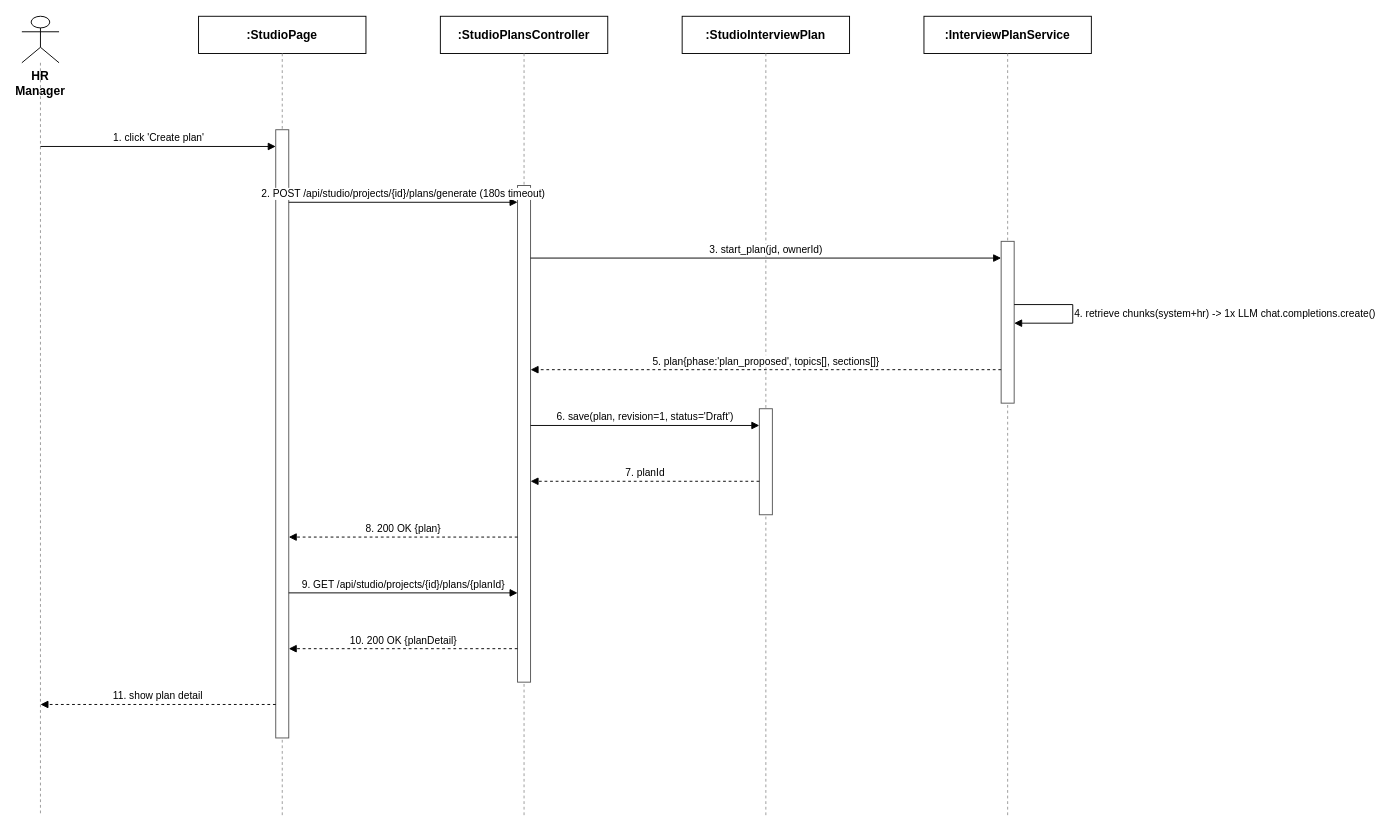
tulklk/AI_Interview_Question_Generation_RAG_LLM_FE keeps this draw.io diagram as docs/qa/Nam_SequenceDiagram/11_AIQuestionGenerationManagement_GeneratePlan.drawio. Above is the earlier version. Source tidied: cells renumbered, new cells numbered last; positions are measured from the earlier drawing's top-left corner, leaving out a move shared by most shapes. Both pictures are drawn from the tidied source at 93%, with x=0, y=0 at pixel (21, 16).
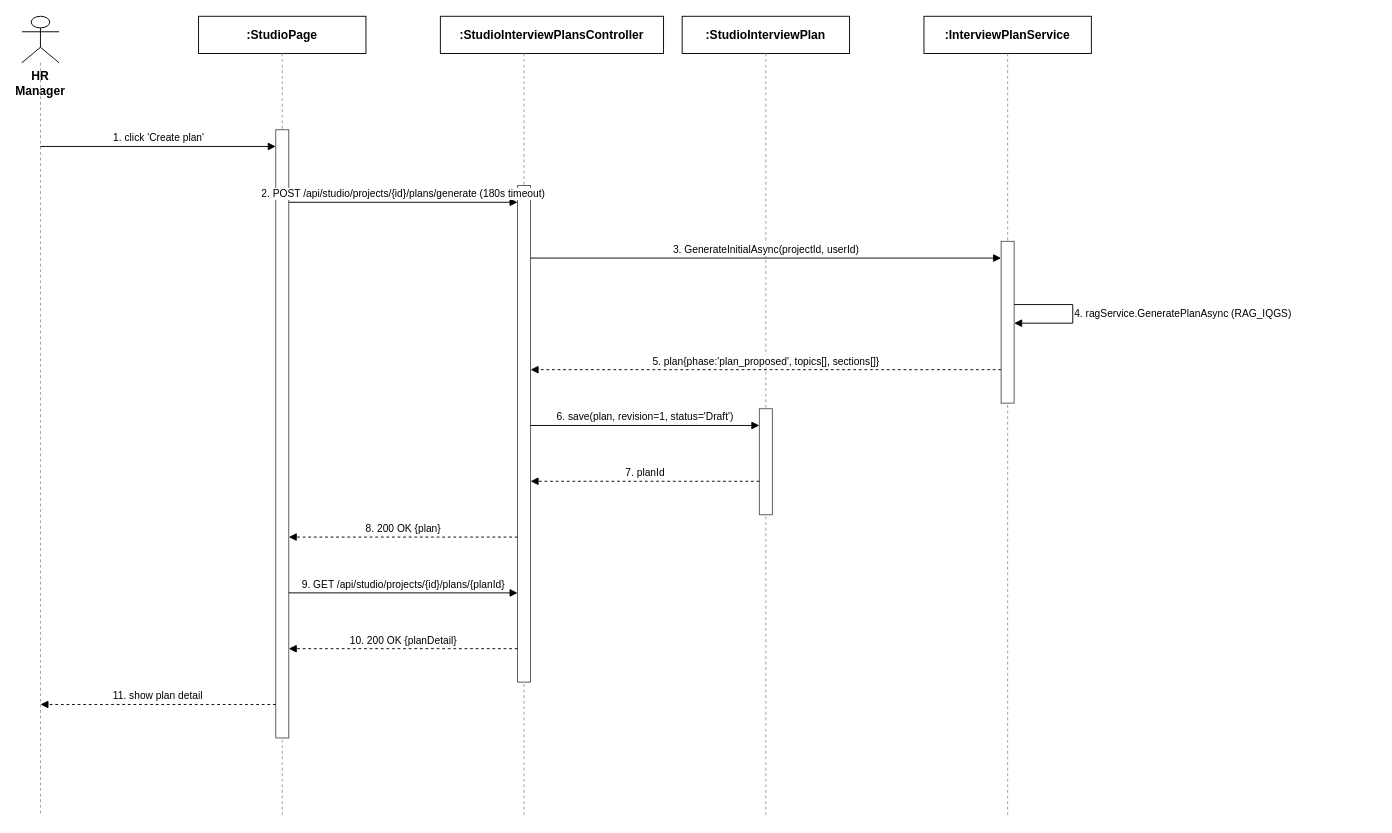
The same page after the edit.

Commit message (it also covers changes not shown here):
docs(qa): correct AI Question Generation and Question Set diagrams against real BE

The edit, as a diff of the source:
```diff
@@
-    <mxCell id="6" value=":StudioPlansController" style="rounded=0;whiteSpace=wrap;html=1;fontSize=13;fillColor=#ffffff;strokeColor=#000000;fontStyle=1;" parent="1" vertex="1">
-      <mxGeometry x="450" width="180" height="40" as="geometry" />
+    <mxCell id="6" value=":StudioInterviewPlansController" style="rounded=0;whiteSpace=wrap;html=1;fontSize=13;fillColor=#ffffff;strokeColor=#000000;fontStyle=1;" parent="1" vertex="1">
+      <mxGeometry x="450" width="240" height="40" as="geometry" />
     </mxCell>
@@
-    <mxCell id="18" value="3. start_plan(jd, ownerId)" style="endArrow=block;endFill=1;html=1;fontSize=11;align=center;verticalAlign=bottom;labelBackgroundColor=#ffffff;strokeColor=#000000;" parent="1" edge="1">
+    <mxCell id="18" value="3. GenerateInitialAsync(projectId, userId)" style="endArrow=block;endFill=1;html=1;fontSize=11;align=center;verticalAlign=bottom;labelBackgroundColor=#ffffff;strokeColor=#000000;" parent="1" edge="1">
       <mxGeometry relative="1" as="geometry">
         <mxPoint x="547" y="260" as="sourcePoint" />
         <mxPoint x="1053" y="260" as="targetPoint" />
       </mxGeometry>
     </mxCell>
-    <mxCell id="19" value="4. retrieve chunks(system+hr) -&gt; 1x LLM chat.completions.create()" style="endArrow=block;endFill=1;html=1;fontSize=11;align=left;verticalAlign=middle;labelBackgroundColor=#ffffff;rounded=0;strokeColor=#000000;" parent="1" edge="1">
+    <mxCell id="19" value="4. ragService.GeneratePlanAsync (RAG_IQGS)" style="endArrow=block;endFill=1;html=1;fontSize=11;align=left;verticalAlign=middle;labelBackgroundColor=#ffffff;rounded=0;strokeColor=#000000;" parent="1" edge="1">
       <mxGeometry relative="1" as="geometry">
         <mxPoint x="1067" y="310" as="sourcePoint" />
         <mxPoint x="1067" y="330" as="targetPoint" />
         <Array as="points">
           <mxPoint x="1130" y="310" />
           <mxPoint x="1130" y="330" />
         </Array>
       </mxGeometry>
     </mxCell>
```
